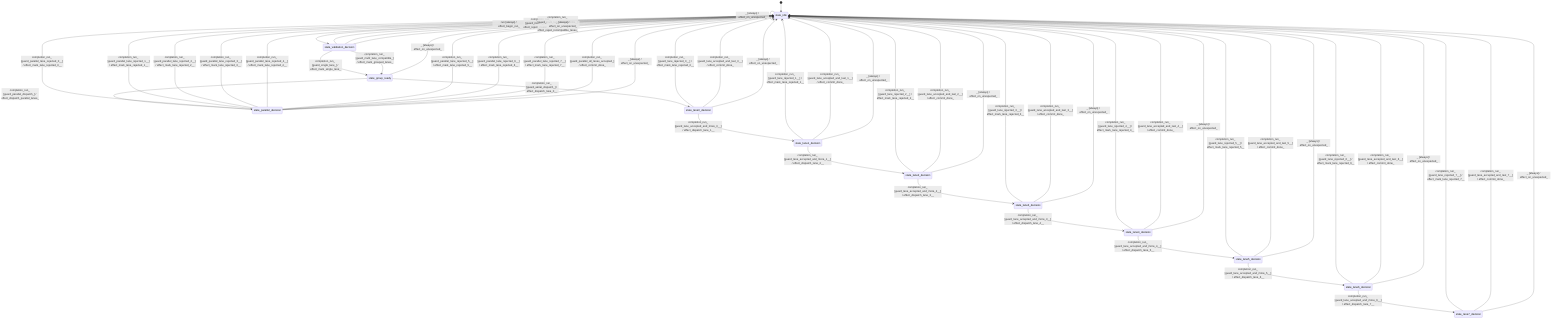
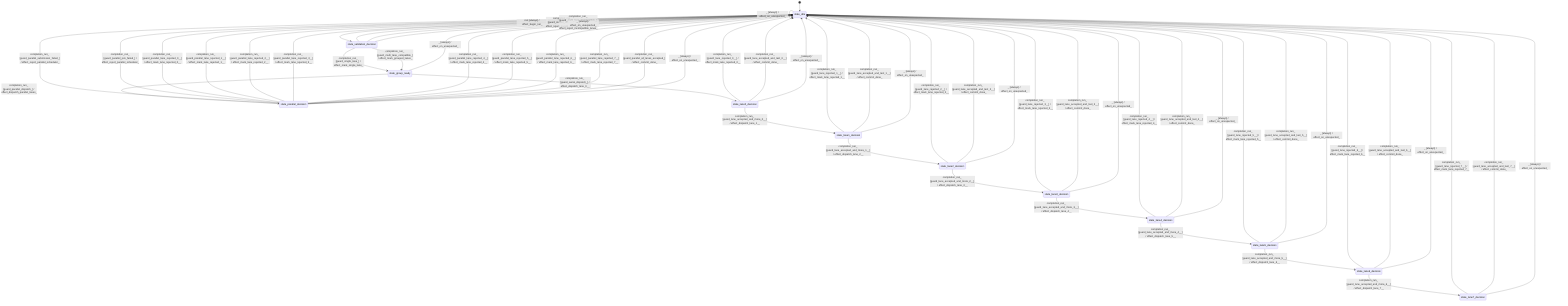
stateDiagram-v2
  direction TB
  [*] --> state_idle
  state_idle --> state_validation_decision : run [always] / effect_begin_run_
  state_validation_decision --> state_idle : completion_run_ [guard_invalid_request_] / effect_reject_invalid_request_
  state_validation_decision --> state_idle : completion_run_ [guard_multi_lane_incompatible_] / effect_reject_incompatible_lanes_
  state_validation_decision --> state_group_ready : completion_run_ [guard_single_lane_] / effect_mark_single_lane_
  state_validation_decision --> state_group_ready : completion_run_ [guard_multi_lane_compatible_] / effect_mark_grouped_lanes_
  state_group_ready --> state_parallel_decision : completion_run_ [guard_parallel_dispatch_] / effect_dispatch_parallel_lanes_
  state_group_ready --> state_lane0_decision : completion_run_ [guard_serial_dispatch_] / effect_dispatch_lane_0__
  state_lane0_decision --> state_idle : completion_run_ [guard_lane_rejected_0__] / effect_mark_lane_rejected_0__
  state_lane0_decision --> state_idle : completion_run_ [guard_lane_accepted_and_last_0__] / effect_commit_done_
  state_lane0_decision --> state_lane1_decision : completion_run_ [guard_lane_accepted_and_more_0__] / effect_dispatch_lane_1__
  state_lane1_decision --> state_idle : completion_run_ [guard_lane_rejected_1__] / effect_mark_lane_rejected_1__
  state_lane1_decision --> state_idle : completion_run_ [guard_lane_accepted_and_last_1__] / effect_commit_done_
  state_lane1_decision --> state_lane2_decision : completion_run_ [guard_lane_accepted_and_more_1__] / effect_dispatch_lane_2__
  state_lane2_decision --> state_idle : completion_run_ [guard_lane_rejected_2__] / effect_mark_lane_rejected_2__
  state_lane2_decision --> state_idle : completion_run_ [guard_lane_accepted_and_last_2__] / effect_commit_done_
  state_lane2_decision --> state_lane3_decision : completion_run_ [guard_lane_accepted_and_more_2__] / effect_dispatch_lane_3__
  state_lane3_decision --> state_idle : completion_run_ [guard_lane_rejected_3__] / effect_mark_lane_rejected_3__
  state_lane3_decision --> state_idle : completion_run_ [guard_lane_accepted_and_last_3__] / effect_commit_done_
  state_lane3_decision --> state_lane4_decision : completion_run_ [guard_lane_accepted_and_more_3__] / effect_dispatch_lane_4__
  state_lane4_decision --> state_idle : completion_run_ [guard_lane_rejected_4__] / effect_mark_lane_rejected_4__
  state_lane4_decision --> state_idle : completion_run_ [guard_lane_accepted_and_last_4__] / effect_commit_done_
  state_lane4_decision --> state_lane5_decision : completion_run_ [guard_lane_accepted_and_more_4__] / effect_dispatch_lane_5__
  state_lane5_decision --> state_idle : completion_run_ [guard_lane_rejected_5__] / effect_mark_lane_rejected_5__
  state_lane5_decision --> state_idle : completion_run_ [guard_lane_accepted_and_last_5__] / effect_commit_done_
  state_lane5_decision --> state_lane6_decision : completion_run_ [guard_lane_accepted_and_more_5__] / effect_dispatch_lane_6__
  state_lane6_decision --> state_idle : completion_run_ [guard_lane_rejected_6__] / effect_mark_lane_rejected_6__
  state_lane6_decision --> state_idle : completion_run_ [guard_lane_accepted_and_last_6__] / effect_commit_done_
  state_lane6_decision --> state_lane7_decision : completion_run_ [guard_lane_accepted_and_more_6__] / effect_dispatch_lane_7__
  state_lane7_decision --> state_idle : completion_run_ [guard_lane_rejected_7__] / effect_mark_lane_rejected_7__
  state_lane7_decision --> state_idle : completion_run_ [guard_lane_accepted_and_last_7__] / effect_commit_done_
+   state_parallel_decision --> state_idle : completion_run_ [guard_parallel_submission_failed_] / effect_reject_parallel_scheduler_
+   state_parallel_decision --> state_idle : completion_run_ [guard_parallel_join_failed_] / effect_reject_parallel_scheduler_
  state_parallel_decision --> state_idle : completion_run_ [guard_parallel_lane_rejected_0__] / effect_mark_lane_rejected_0__
  state_parallel_decision --> state_idle : completion_run_ [guard_parallel_lane_rejected_1__] / effect_mark_lane_rejected_1__
  state_parallel_decision --> state_idle : completion_run_ [guard_parallel_lane_rejected_2__] / effect_mark_lane_rejected_2__
  state_parallel_decision --> state_idle : completion_run_ [guard_parallel_lane_rejected_3__] / effect_mark_lane_rejected_3__
  state_parallel_decision --> state_idle : completion_run_ [guard_parallel_lane_rejected_4__] / effect_mark_lane_rejected_4__
  state_parallel_decision --> state_idle : completion_run_ [guard_parallel_lane_rejected_5__] / effect_mark_lane_rejected_5__
  state_parallel_decision --> state_idle : completion_run_ [guard_parallel_lane_rejected_6__] / effect_mark_lane_rejected_6__
  state_parallel_decision --> state_idle : completion_run_ [guard_parallel_lane_rejected_7__] / effect_mark_lane_rejected_7__
  state_parallel_decision --> state_idle : completion_run_ [guard_parallel_all_lanes_accepted_] / effect_commit_done_
  state_idle --> state_idle : _ [always] / effect_on_unexpected_
  state_validation_decision --> state_idle : _ [always] / effect_on_unexpected_
  state_group_ready --> state_idle : _ [always] / effect_on_unexpected_
  state_lane0_decision --> state_idle : _ [always] / effect_on_unexpected_
  state_lane1_decision --> state_idle : _ [always] / effect_on_unexpected_
  state_lane2_decision --> state_idle : _ [always] / effect_on_unexpected_
  state_lane3_decision --> state_idle : _ [always] / effect_on_unexpected_
  state_lane4_decision --> state_idle : _ [always] / effect_on_unexpected_
  state_lane5_decision --> state_idle : _ [always] / effect_on_unexpected_
  state_lane6_decision --> state_idle : _ [always] / effect_on_unexpected_
  state_lane7_decision --> state_idle : _ [always] / effect_on_unexpected_
  state_parallel_decision --> state_idle : _ [always] / effect_on_unexpected_
